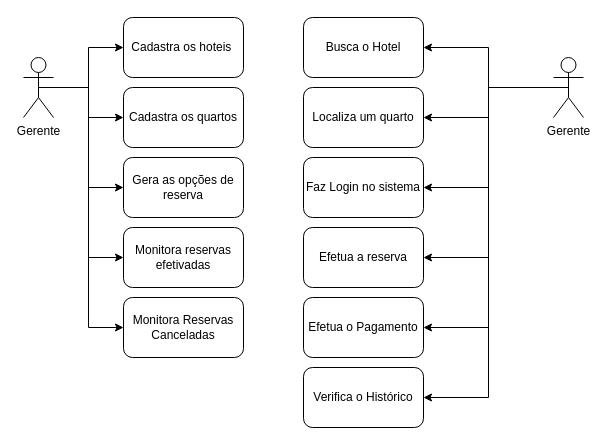
Above: Givanildo.drawio in givanildojteixeira/dpdm-m7 (draw.io), before the change. Source tidied: cells renumbered, new cells numbered last; positions are measured from the earlier drawing's top-left corner, leaving out a move shared by most shapes. Both pictures are drawn from the tidied source at 100%, with x=0, y=0 at pixel (23, 17).
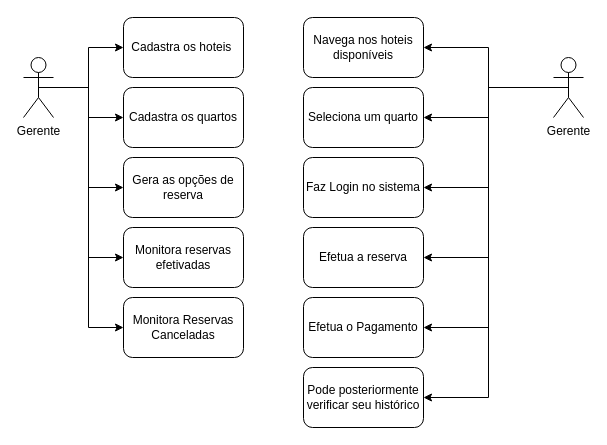
The same diagram, later.

Commit message:
Inclusao de Historico do Cliente.drawio

What changed in the source:
```diff
@@
-    <mxCell id="20" value="Busca o Hotel" style="rounded=1;whiteSpace=wrap;html=1;" parent="1" vertex="1">
+    <mxCell id="20" value="Navega nos hoteis disponíveis" style="rounded=1;whiteSpace=wrap;html=1;" parent="1" vertex="1">
       <mxGeometry x="280" width="120" height="60" as="geometry" />
     </mxCell>
-    <mxCell id="21" value="Localiza um quarto" style="rounded=1;whiteSpace=wrap;html=1;" parent="1" vertex="1">
+    <mxCell id="21" value="Seleciona um quarto" style="rounded=1;whiteSpace=wrap;html=1;" parent="1" vertex="1">
       <mxGeometry x="280" y="70" width="120" height="60" as="geometry" />
     </mxCell>
@@
-    <mxCell id="25" value="Verifica o Histórico" style="rounded=1;whiteSpace=wrap;html=1;" parent="1" vertex="1">
+    <mxCell id="25" value="Pode posteriormente verificar seu histórico" style="rounded=1;whiteSpace=wrap;html=1;" parent="1" vertex="1">
       <mxGeometry x="280" y="350" width="120" height="60" as="geometry" />
     </mxCell>
```
